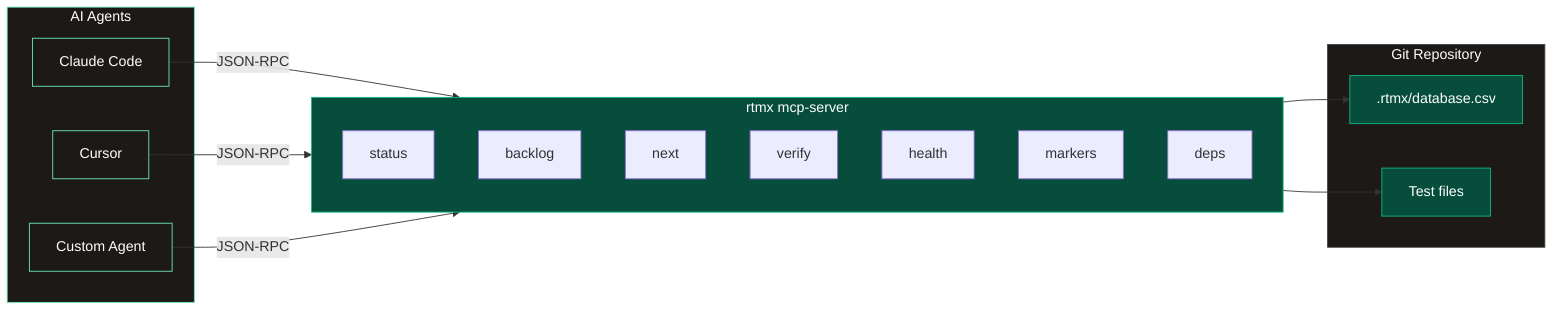
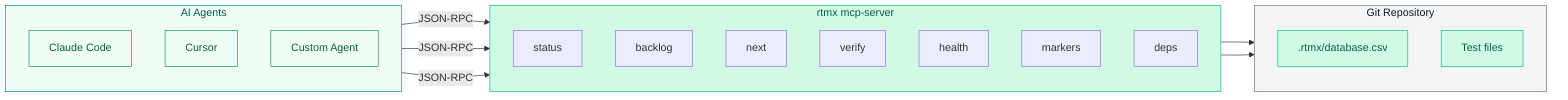
flowchart LR
    subgraph agents["AI Agents"]
+         direction TB
        A1["Claude Code"]
        A2["Cursor"]
        A3["Custom Agent"]
    end

    subgraph mcp["rtmx mcp-server"]
+         direction TB
        T1["status"]
        T2["backlog"]
        T3["next"]
        T4["verify"]
        T5["health"]
        T6["markers"]
        T7["deps"]
    end

    subgraph repo["Git Repository"]
+         direction TB
        DB[".rtmx/database.csv"]
        Tests["Test files"]
    end

    A1 -- "JSON-RPC" --> mcp
    A2 -- "JSON-RPC" --> mcp
    A3 -- "JSON-RPC" --> mcp
    mcp --> DB
    mcp --> Tests

-     style agents fill:#1c1917,stroke:#6ee7b7,color:#fff
-     style mcp fill:#064e3b,stroke:#10b981,color:#fff
-     style repo fill:#1c1917,stroke:#404040,color:#fff
-     style A1 fill:#1c1917,stroke:#6ee7b7,color:#fff
-     style A2 fill:#1c1917,stroke:#6ee7b7,color:#fff
-     style A3 fill:#1c1917,stroke:#6ee7b7,color:#fff
-     style DB fill:#064e3b,stroke:#10b981,color:#fff
-     style Tests fill:#064e3b,stroke:#10b981,color:#fff
+     style agents fill:#f0fdf4,stroke:#059669,color:#065f46
+     style mcp fill:#d1fae5,stroke:#10b981,color:#065f46
+     style repo fill:#f3f4f6,stroke:#6b7280,color:#111827
+     style A1 fill:#f0fdf4,stroke:#059669,color:#065f46
+     style A2 fill:#f0fdf4,stroke:#059669,color:#065f46
+     style A3 fill:#f0fdf4,stroke:#059669,color:#065f46
+     style DB fill:#d1fae5,stroke:#10b981,color:#065f46
+     style Tests fill:#d1fae5,stroke:#10b981,color:#065f46
